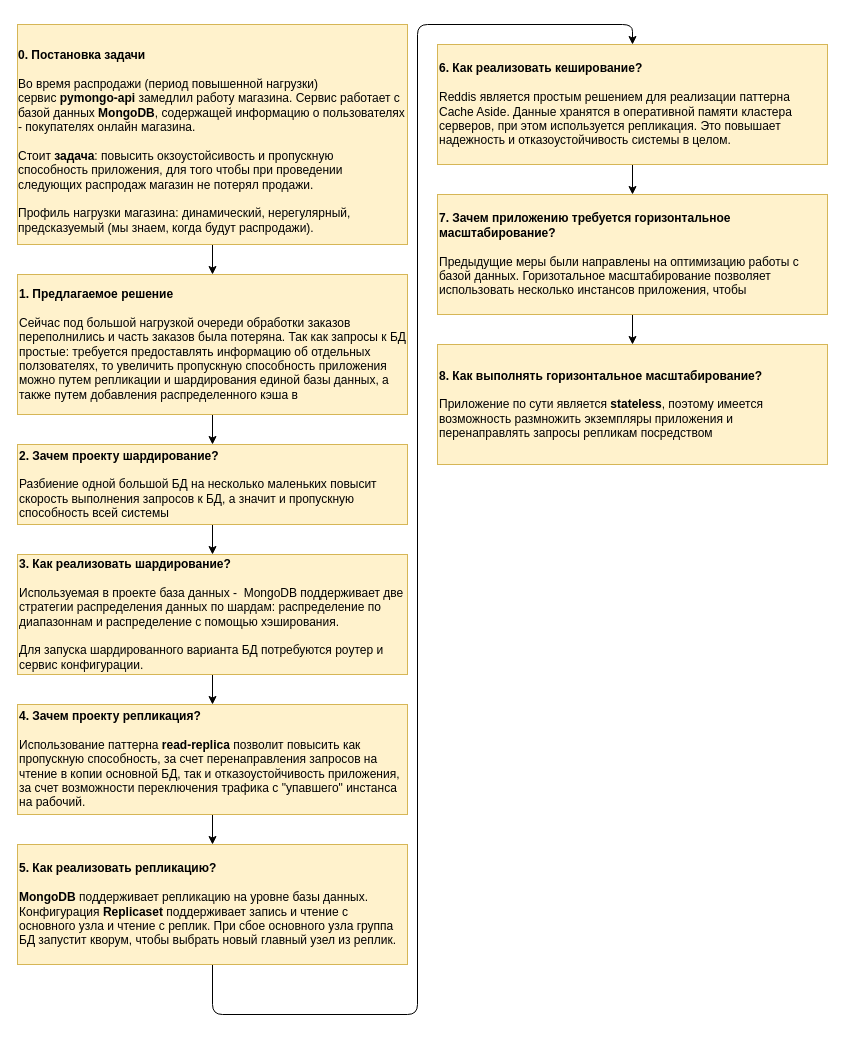
Above: page "Логика решения" (7 of 7) of task1.drawio in aleksey-bardanov/architecture-sprint-2 (draw.io), before the change. Source tidied: cells renumbered, new cells numbered last; positions are measured from the earlier drawing's top-left corner, leaving out a move shared by most shapes. Both pictures are drawn from the tidied source at 100%, with x=0, y=0 at pixel (17, 24).
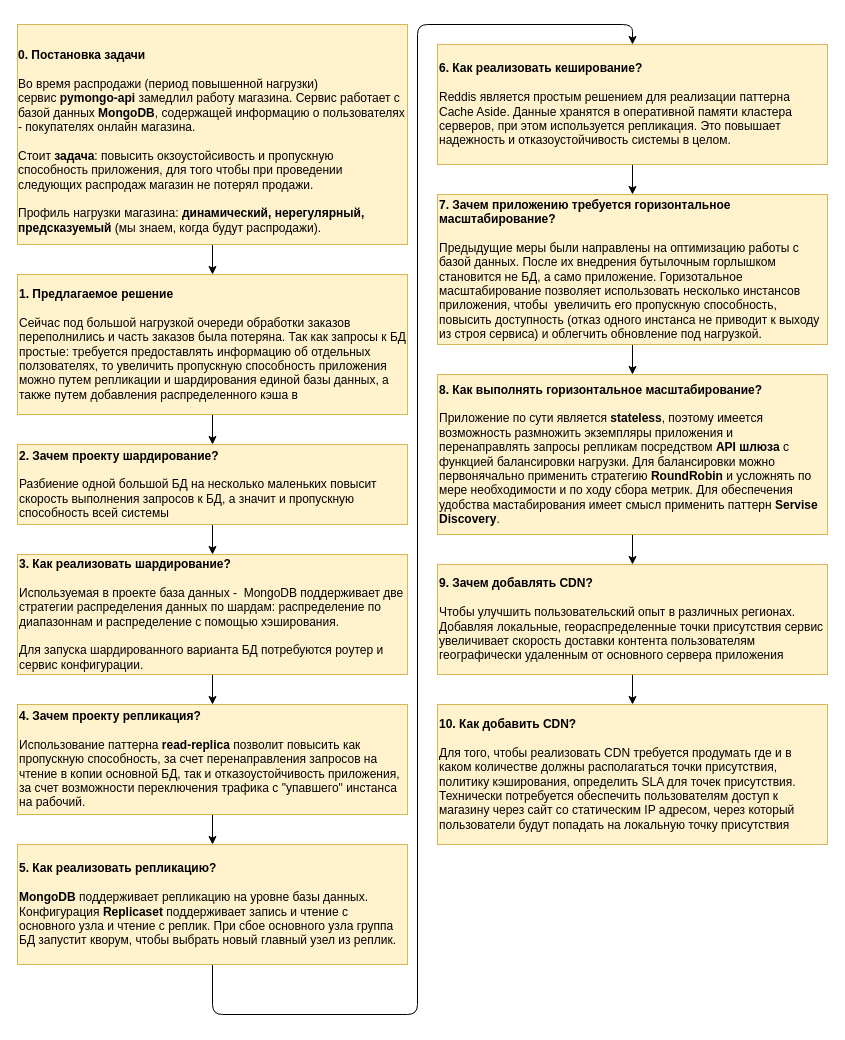
The same diagram, later.

What changed in the source:
```diff
@@
-    <mxCell id="4" value="&lt;div style=&quot;border-color: var(--border-color); text-align: left;&quot;&gt;&lt;span style=&quot;border-color: var(--border-color); background-color: initial;&quot;&gt;&lt;br&gt;&lt;/span&gt;&lt;/div&gt;&lt;div style=&quot;border-color: var(--border-color); text-align: left;&quot;&gt;&lt;b&gt;0. Постановка задачи&lt;/b&gt;&lt;/div&gt;&lt;div style=&quot;border-color: var(--border-color); text-align: left;&quot;&gt;&lt;span style=&quot;border-color: var(--border-color); background-color: initial;&quot;&gt;&lt;br&gt;&lt;/span&gt;&lt;/div&gt;&lt;div style=&quot;border-color: var(--border-color); text-align: left;&quot;&gt;&lt;span style=&quot;border-color: var(--border-color); background-color: initial;&quot;&gt;Во время распродажи (период повышенной нагрузки) сервис&amp;nbsp;&lt;/span&gt;&lt;b style=&quot;border-color: var(--border-color); background-color: initial;&quot;&gt;pymongo-api&lt;/b&gt;&lt;span style=&quot;border-color: var(--border-color); background-color: initial;&quot;&gt;&amp;nbsp;замедлил работу магазина.&amp;nbsp;&lt;/span&gt;&lt;span style=&quot;border-color: var(--border-color); background-color: initial;&quot;&gt;Сервис работает с базой данных&amp;nbsp;&lt;/span&gt;&lt;b style=&quot;border-color: var(--border-color); background-color: initial;&quot;&gt;MongoDB&lt;/b&gt;&lt;span style=&quot;border-color: var(--border-color); background-color: initial;&quot;&gt;, содержащей информацию о пользователях - покупателях онлайн магазина.&amp;nbsp;&lt;/span&gt;&lt;/div&gt;&lt;div style=&quot;border-color: var(--border-color); text-align: left;&quot;&gt;&lt;span style=&quot;border-color: var(--border-color); background-color: initial;&quot;&gt;&lt;br&gt;&lt;/span&gt;&lt;/div&gt;&lt;div style=&quot;border-color: var(--border-color); text-align: left;&quot;&gt;&lt;span style=&quot;border-color: var(--border-color); background-color: initial;&quot;&gt;Стоит &lt;b&gt;задача&lt;/b&gt;: повысить окзоустойсивость и пропускную способность приложения, для того чтобы при проведении следующих распродаж магазин не потерял продажи.&lt;/span&gt;&lt;/div&gt;&lt;div style=&quot;border-color: var(--border-color); text-align: left;&quot;&gt;&lt;span style=&quot;border-color: var(--border-color); background-color: initial;&quot;&gt;&lt;br&gt;&lt;/span&gt;&lt;/div&gt;&lt;div style=&quot;border-color: var(--border-color); text-align: left;&quot;&gt;&lt;span style=&quot;border-color: var(--border-color); background-color: initial;&quot;&gt;Профиль нагрузки магазина: динамический, нерегулярный, предсказуемый (мы знаем, когда будут распродажи).&amp;nbsp;&lt;/span&gt;&lt;/div&gt;" style="whiteSpace=wrap;html=1;fillColor=#fff2cc;strokeColor=#d6b656;" parent="1" vertex="1">
+    <mxCell id="4" value="&lt;div style=&quot;border-color: var(--border-color); text-align: left;&quot;&gt;&lt;span style=&quot;border-color: var(--border-color); background-color: initial;&quot;&gt;&lt;br&gt;&lt;/span&gt;&lt;/div&gt;&lt;div style=&quot;border-color: var(--border-color); text-align: left;&quot;&gt;&lt;b&gt;0. Постановка задачи&lt;/b&gt;&lt;/div&gt;&lt;div style=&quot;border-color: var(--border-color); text-align: left;&quot;&gt;&lt;span style=&quot;border-color: var(--border-color); background-color: initial;&quot;&gt;&lt;br&gt;&lt;/span&gt;&lt;/div&gt;&lt;div style=&quot;border-color: var(--border-color); text-align: left;&quot;&gt;&lt;span style=&quot;border-color: var(--border-color); background-color: initial;&quot;&gt;Во время распродажи (период повышенной нагрузки) сервис&amp;nbsp;&lt;/span&gt;&lt;b style=&quot;border-color: var(--border-color); background-color: initial;&quot;&gt;pymongo-api&lt;/b&gt;&lt;span style=&quot;border-color: var(--border-color); background-color: initial;&quot;&gt;&amp;nbsp;замедлил работу магазина.&amp;nbsp;&lt;/span&gt;&lt;span style=&quot;border-color: var(--border-color); background-color: initial;&quot;&gt;Сервис работает с базой данных&amp;nbsp;&lt;/span&gt;&lt;b style=&quot;border-color: var(--border-color); background-color: initial;&quot;&gt;MongoDB&lt;/b&gt;&lt;span style=&quot;border-color: var(--border-color); background-color: initial;&quot;&gt;, содержащей информацию о пользователях - покупателях онлайн магазина.&amp;nbsp;&lt;/span&gt;&lt;/div&gt;&lt;div style=&quot;border-color: var(--border-color); text-align: left;&quot;&gt;&lt;span style=&quot;border-color: var(--border-color); background-color: initial;&quot;&gt;&lt;br&gt;&lt;/span&gt;&lt;/div&gt;&lt;div style=&quot;border-color: var(--border-color); text-align: left;&quot;&gt;&lt;span style=&quot;border-color: var(--border-color); background-color: initial;&quot;&gt;Стоит &lt;b&gt;задача&lt;/b&gt;: повысить окзоустойсивость и пропускную способность приложения, для того чтобы при проведении следующих распродаж магазин не потерял продажи.&lt;/span&gt;&lt;/div&gt;&lt;div style=&quot;border-color: var(--border-color); text-align: left;&quot;&gt;&lt;span style=&quot;border-color: var(--border-color); background-color: initial;&quot;&gt;&lt;br&gt;&lt;/span&gt;&lt;/div&gt;&lt;div style=&quot;border-color: var(--border-color); text-align: left;&quot;&gt;&lt;span style=&quot;border-color: var(--border-color); background-color: initial;&quot;&gt;Профиль нагрузки магазина: &lt;b&gt;динамический, нерегулярный, предсказуемый &lt;/b&gt;(мы знаем, когда будут распродажи).&amp;nbsp;&lt;/span&gt;&lt;/div&gt;" style="whiteSpace=wrap;html=1;fillColor=#fff2cc;strokeColor=#d6b656;" parent="1" vertex="1">
       <mxGeometry width="390" height="220" as="geometry" />
     </mxCell>
@@
-    <mxCell id="18" value="&lt;b&gt;7. Зачем приложению требуется горизонтальное масштабирование?&lt;br&gt;&lt;/b&gt;&lt;br&gt;Предыдущие меры были направлены на оптимизацию работы с базой данных. Горизотальное масштабирование позволяет использовать несколько инстансов приложения, чтобы&amp;nbsp;" style="rounded=0;whiteSpace=wrap;html=1;fillColor=#fff2cc;strokeColor=#d6b656;align=left;" parent="1" vertex="1">
-      <mxGeometry x="420" y="170" width="390" height="120" as="geometry" />
+    <mxCell id="18" value="&lt;b&gt;7. Зачем приложению требуется горизонтальное масштабирование?&lt;br&gt;&lt;/b&gt;&lt;br&gt;Предыдущие меры были направлены на оптимизацию работы с базой данных. После их внедрения бутылочным горлышком становится не БД, а само приложение. Горизотальное масштабирование позволяет использовать несколько инстансов приложения, чтобы&amp;nbsp; увеличить его пропускную способность, повысить доступность (отказ одного инстанса не приводит к выходу из строя сервиса) и облегчить обновление под нагрузкой." style="rounded=0;whiteSpace=wrap;html=1;fillColor=#fff2cc;strokeColor=#d6b656;align=left;" parent="1" vertex="1">
+      <mxGeometry x="420" y="170" width="390" height="150" as="geometry" />
     </mxCell>
+    <mxCell id="20" style="edgeStyle=none;html=1;endArrow=classic;endFill=1;" parent="1" edge="1" source="19" target="22">
+      <mxGeometry relative="1" as="geometry" />
+    </mxCell>
-    <mxCell id="19" value="&lt;b&gt;8. Как выполнять горизонтальное масштабирование?&lt;br&gt;&lt;/b&gt;&lt;br&gt;Приложение по сути является &lt;b&gt;stateless&lt;/b&gt;, поэтому имеется возможность размножить экземпляры приложения и перенаправлять запросы репликам посредством&amp;nbsp;" style="rounded=0;whiteSpace=wrap;html=1;fillColor=#fff2cc;strokeColor=#d6b656;align=left;" parent="1" vertex="1">
-      <mxGeometry x="420" y="320" width="390" height="120" as="geometry" />
+    <mxCell id="19" value="&lt;b&gt;8. Как выполнять горизонтальное масштабирование?&lt;br&gt;&lt;/b&gt;&lt;br&gt;Приложение по сути является &lt;b&gt;stateless&lt;/b&gt;, поэтому имеется возможность размножить экземпляры приложения и перенаправлять запросы репликам посредством &lt;b&gt;API шлюза&lt;/b&gt; с функцией балансировки нагрузки.&amp;nbsp;&lt;span style=&quot;text-align: center;&quot;&gt;Для балансировки можно первонячально применить стратегию&amp;nbsp;&lt;/span&gt;&lt;span style=&quot;text-align: center;&quot;&gt;&lt;b&gt;RoundRobin&lt;/b&gt;&amp;nbsp;и усложнять по мере необходимости и по ходу сбора метрик. Для обеспечения удобства мастабирования имеет смысл применить паттерн &lt;b&gt;Servise&amp;nbsp;&lt;br&gt;Discovery&lt;/b&gt;.&lt;br&gt;&lt;/span&gt;" style="rounded=0;whiteSpace=wrap;html=1;fillColor=#fff2cc;strokeColor=#d6b656;align=left;" parent="1" vertex="1">
+      <mxGeometry x="420" y="350" width="390" height="160" as="geometry" />
     </mxCell>
+    <mxCell id="21" style="edgeStyle=none;html=1;endArrow=classic;endFill=1;" parent="1" edge="1" source="22" target="23">
+      <mxGeometry relative="1" as="geometry" />
+    </mxCell>
+    <mxCell id="22" value="&lt;b&gt;9. Зачем добавлять CDN?&lt;br&gt;&lt;/b&gt;&lt;br&gt;&lt;span style=&quot;text-align: center;&quot;&gt;Чтобы улучшить пользовательский опыт в различных регионах. Добавляя локальные, геораспределенные точки присутствия сервис увеличивает скорость доставки контента пользователям географически удаленным от основного сервера приложения&lt;br&gt;&lt;/span&gt;" style="rounded=0;whiteSpace=wrap;html=1;fillColor=#fff2cc;strokeColor=#d6b656;align=left;" parent="1" vertex="1">
+      <mxGeometry x="420" y="540" width="390" height="110" as="geometry" />
+    </mxCell>
+    <mxCell id="23" value="&lt;b&gt;10. Как добавить CDN?&lt;br&gt;&lt;/b&gt;&lt;br&gt;&lt;span style=&quot;text-align: center;&quot;&gt;Для того, чтобы реализовать CDN требуется продумать где и в каком количестве должны располагаться точки присутствия,&amp;nbsp; политику кэширования, определить SLA для точек присутствия. Технически потребуется обеспечить пользователям доступ к магазину через сайт со статическим IP адресом, через&amp;nbsp;&lt;/span&gt;&lt;span style=&quot;text-align: center;&quot;&gt;который пользователи будут попадать на локальную точку присутствия&lt;br&gt;&lt;/span&gt;" style="rounded=0;whiteSpace=wrap;html=1;fillColor=#fff2cc;strokeColor=#d6b656;align=left;" parent="1" vertex="1">
+      <mxGeometry x="420" y="680" width="390" height="140" as="geometry" />
+    </mxCell>
```
